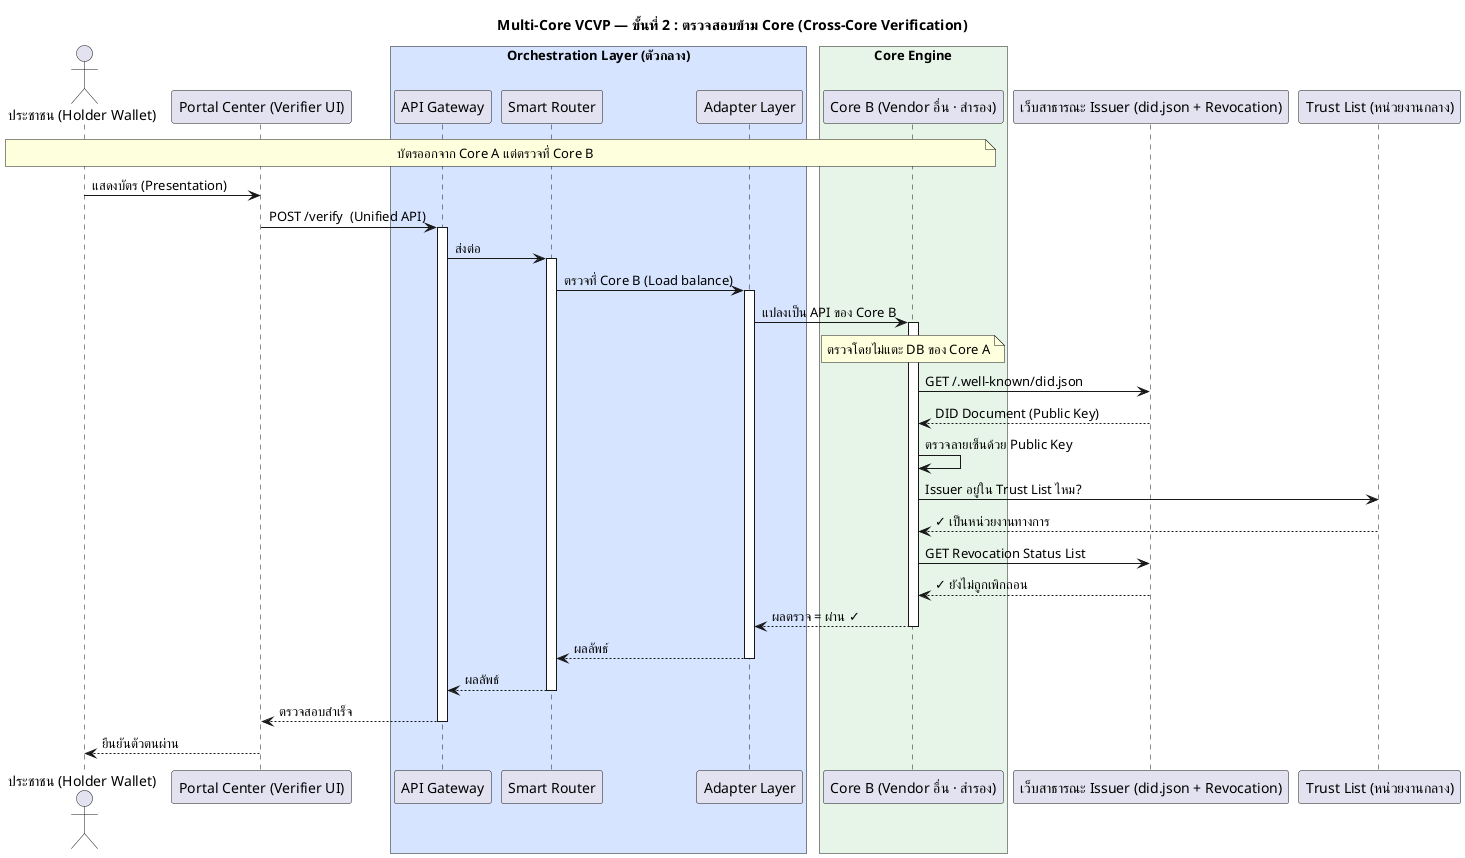
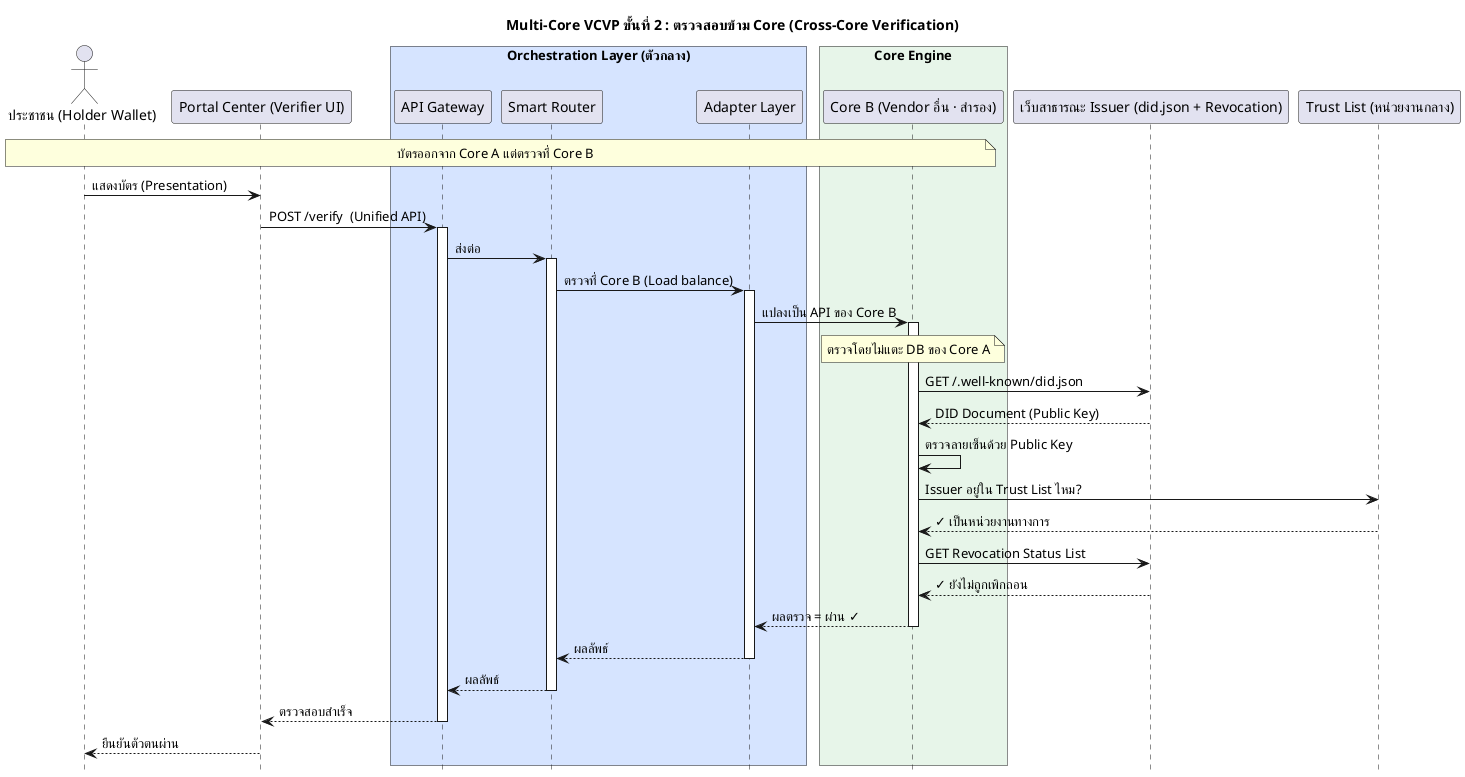
@startuml
- title Multi-Core VCVP — ขั้นที่ 2 : ตรวจสอบข้าม Core (Cross-Core Verification)
+ hide footbox
+ 
+ title Multi-Core VCVP ขั้นที่ 2 : ตรวจสอบข้าม Core (Cross-Core Verification)

actor "ประชาชน (Holder Wallet)" as Holder
participant "Portal Center (Verifier UI)" as Portal

box "Orchestration Layer (ตัวกลาง)" #d6e4ff
participant "API Gateway" as GW
participant "Smart Router" as Router
participant "Adapter Layer" as Adapter
end box

box "Core Engine" #e7f5e9
participant "Core B (Vendor อื่น · สำรอง)" as CoreB
end box

participant "เว็บสาธารณะ Issuer (did.json + Revocation)" as IssuerWeb
participant "Trust List (หน่วยงานกลาง)" as Trust

note over Holder,CoreB: บัตรออกจาก Core A แต่ตรวจที่ Core B
Holder->Portal: แสดงบัตร (Presentation)
Portal->GW: POST /verify  (Unified API)
activate GW
GW->Router: ส่งต่อ
activate Router
Router->Adapter: ตรวจที่ Core B (Load balance)
activate Adapter
Adapter->CoreB: แปลงเป็น API ของ Core B
activate CoreB
note over CoreB: ตรวจโดยไม่แตะ DB ของ Core A
CoreB->IssuerWeb: GET /.well-known/did.json
IssuerWeb-->CoreB: DID Document (Public Key)
CoreB->CoreB: ตรวจลายเซ็นด้วย Public Key
CoreB->Trust: Issuer อยู่ใน Trust List ไหม?
Trust-->CoreB: ✓ เป็นหน่วยงานทางการ
CoreB->IssuerWeb: GET Revocation Status List
IssuerWeb-->CoreB: ✓ ยังไม่ถูกเพิกถอน
CoreB-->Adapter: ผลตรวจ = ผ่าน ✓
deactivate CoreB
Adapter-->Router: ผลลัพธ์
deactivate Adapter
Router-->GW: ผลลัพธ์
deactivate Router
GW-->Portal: ตรวจสอบสำเร็จ
deactivate GW
Portal-->Holder: ยืนยันตัวตนผ่าน
@enduml
